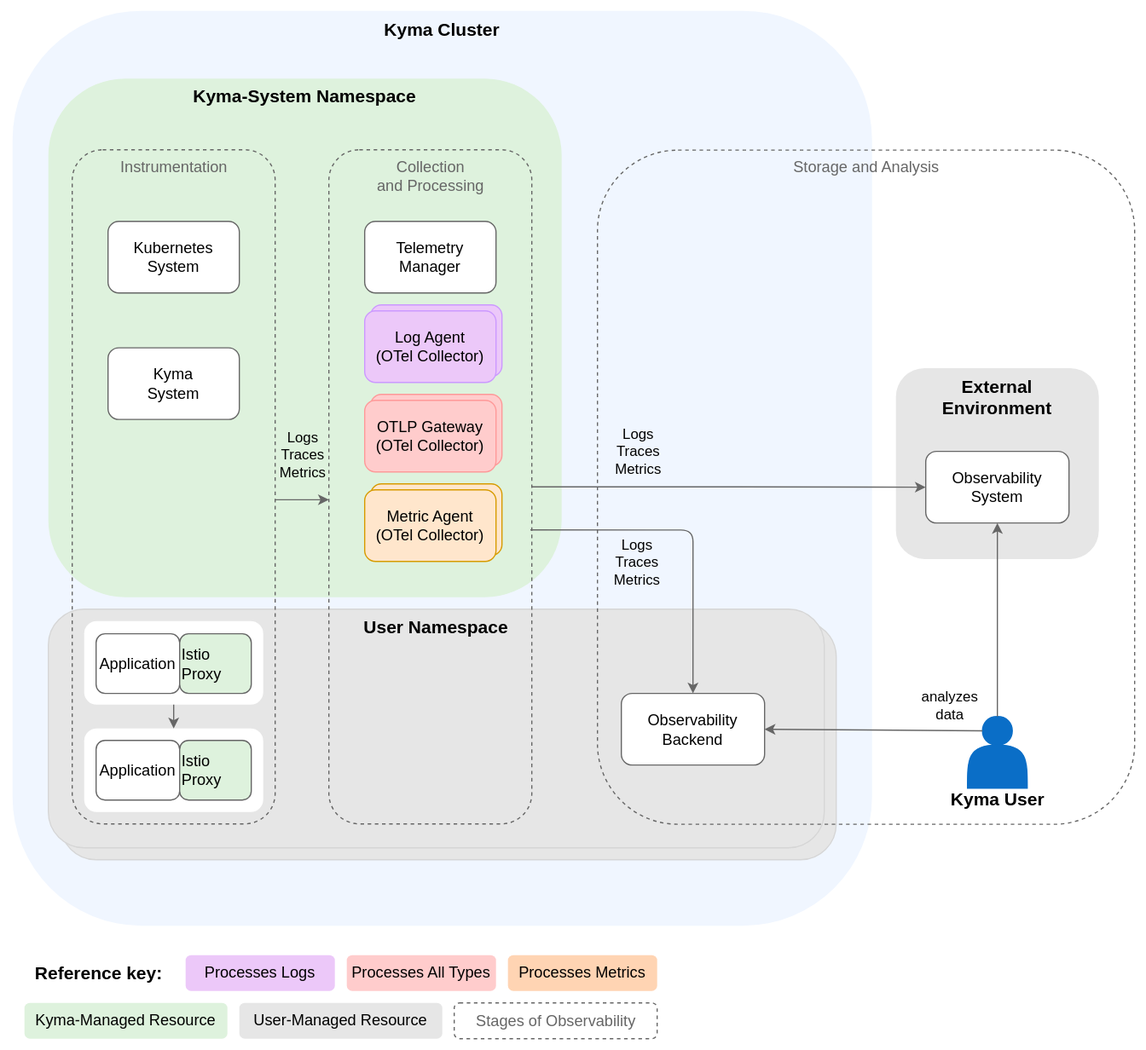
Earlier version of the draw.io export docs/user/assets/telemetry-arch.drawio.svg (kyma-project/telemetry-manager). Source tidied: cells renumbered, new cells last; positions are measured from the earlier drawing's top-left corner, leaving out a move shared by most shapes.
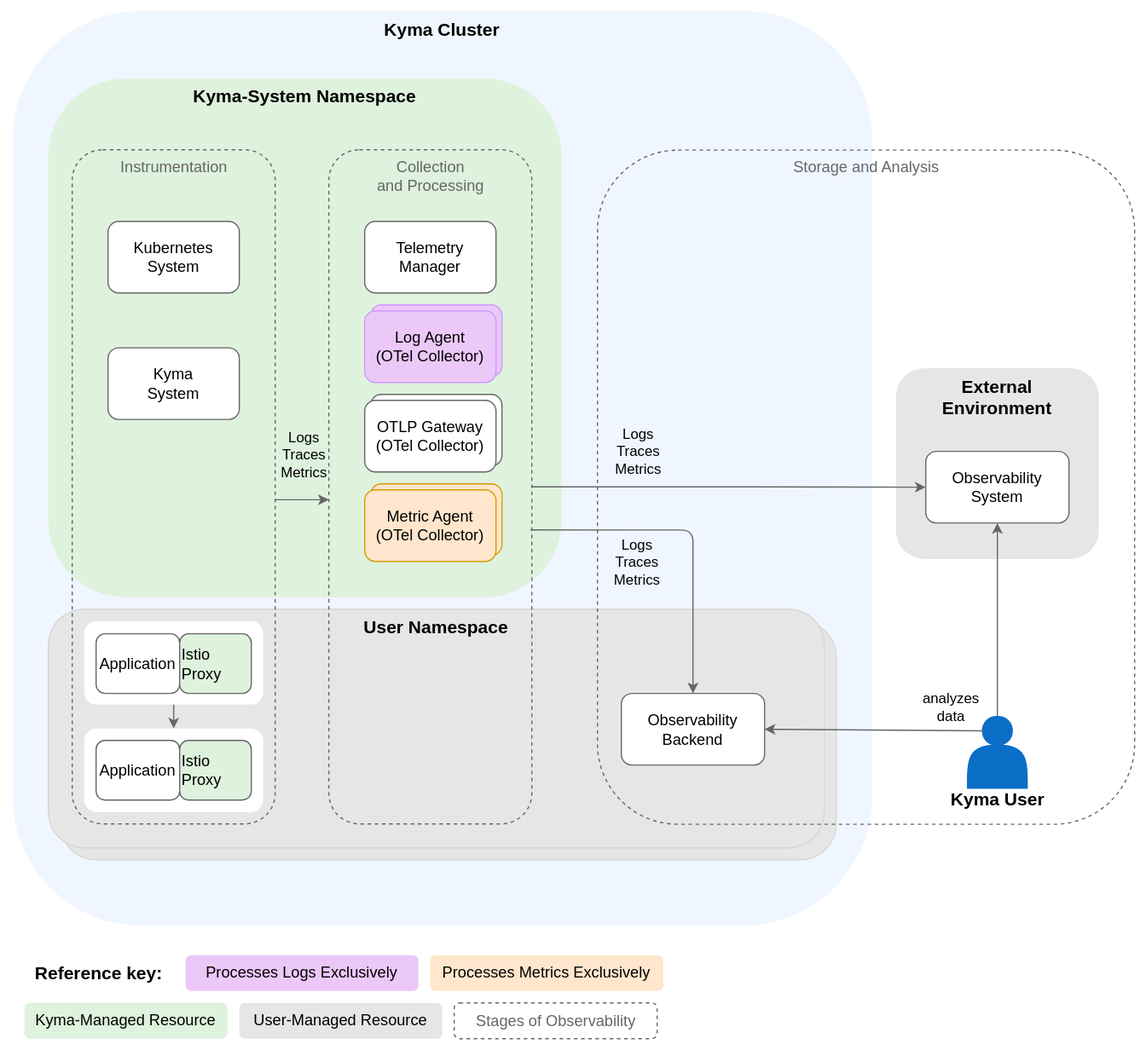
The same file after the commit.

Commit message:
docs: adjust diagrams according to new OTLP Gateway architecture

Change to the diagram source:
```diff
@@ -74,20 +74,17 @@
     <mxCell id="22" value="Log Agent&lt;br&gt;(Fluent Bit)" style="rounded=1;whiteSpace=wrap;html=1;fillColor=#ecc8f9;strokeColor=#CC99FF;fontColor=#000000;" parent="1" vertex="1">
       <mxGeometry x="310" y="255" width="110" height="60" as="geometry" />
     </mxCell>
-    <mxCell id="23" value="Trace Gateway&lt;br&gt;(Otel Collector)" style="rounded=1;whiteSpace=wrap;html=1;fillColor=#FFCCCC;strokeColor=#FF9999;fontColor=#000000;" parent="1" vertex="1">
+    <mxCell id="23" value="Trace Gateway&lt;br&gt;(Otel Collector)" style="rounded=1;whiteSpace=wrap;html=1;fillColor=#FFFFFF;strokeColor=#666666;fontColor=#000000;" parent="1" vertex="1">
       <mxGeometry x="310" y="330" width="110" height="60" as="geometry" />
     </mxCell>
     <mxCell id="24" value="&lt;font style=&quot;font-size: 15px;&quot;&gt;&lt;b&gt;Reference key:&lt;/b&gt;&lt;/font&gt;" style="text;html=1;align=center;verticalAlign=middle;strokeColor=none;fillColor=#FFFFFF;fontColor=#000000;" parent="1" vertex="1">
       <mxGeometry x="17" y="800" width="130" height="30" as="geometry" />
     </mxCell>
-    <mxCell id="25" value="&lt;span style=&quot;color: rgb(0, 0, 0); font-family: Helvetica; font-size: 13px; font-style: normal; font-variant-ligatures: normal; font-variant-caps: normal; font-weight: 400; letter-spacing: normal; orphans: 2; text-indent: 0px; text-transform: none; widows: 2; word-spacing: 0px; -webkit-text-stroke-width: 0px; text-decoration-thickness: initial; text-decoration-style: initial; text-decoration-color: initial; float: none; display: inline !important;&quot;&gt;Processes Logs&lt;/span&gt;" style="text;whiteSpace=wrap;html=1;strokeColor=none;rounded=1;fillColor=#ecc8f9;align=center;fontSize=13;" parent="1" vertex="1">
-      <mxGeometry x="155" y="800" width="125" height="30" as="geometry" />
+    <mxCell id="25" value="&lt;span style=&quot;color: rgb(0, 0, 0); font-family: Helvetica; font-size: 13px; font-style: normal; font-variant-ligatures: normal; font-variant-caps: normal; font-weight: 400; letter-spacing: normal; orphans: 2; text-indent: 0px; text-transform: none; widows: 2; word-spacing: 0px; -webkit-text-stroke-width: 0px; text-decoration-thickness: initial; text-decoration-style: initial; text-decoration-color: initial; float: none; display: inline !important;&quot;&gt;Processes Logs Exclusively&lt;/span&gt;" style="text;whiteSpace=wrap;html=1;strokeColor=none;rounded=1;fillColor=#ecc8f9;align=center;fontSize=13;" parent="1" vertex="1">
+      <mxGeometry x="155" y="800" width="195" height="30" as="geometry" />
     </mxCell>
-    <mxCell id="26" value="&lt;span style=&quot;color: rgb(0, 0, 0); font-family: Helvetica; font-size: 13px; font-style: normal; font-variant-ligatures: normal; font-variant-caps: normal; font-weight: 400; letter-spacing: normal; orphans: 2; text-indent: 0px; text-transform: none; widows: 2; word-spacing: 0px; -webkit-text-stroke-width: 0px; text-decoration-thickness: initial; text-decoration-style: initial; text-decoration-color: initial; float: none; display: inline !important;&quot;&gt;Processes All Types&lt;/span&gt;" style="text;whiteSpace=wrap;html=1;strokeColor=none;rounded=1;fillColor=#FFCCCC;align=center;fontSize=13;" parent="1" vertex="1">
-      <mxGeometry x="290" y="800" width="125" height="30" as="geometry" />
-    </mxCell>
-    <mxCell id="27" value="&lt;span style=&quot;color: rgb(0, 0, 0); font-family: Helvetica; font-size: 13px; font-style: normal; font-variant-ligatures: normal; font-variant-caps: normal; font-weight: 400; letter-spacing: normal; orphans: 2; text-indent: 0px; text-transform: none; widows: 2; word-spacing: 0px; -webkit-text-stroke-width: 0px; text-decoration-thickness: initial; text-decoration-style: initial; text-decoration-color: initial; float: none; display: inline !important;&quot;&gt;Processes Metrics&lt;/span&gt;" style="text;whiteSpace=wrap;html=1;strokeColor=none;rounded=1;fillColor=#ffd4b3;align=center;fontSize=13;" parent="1" vertex="1">
-      <mxGeometry x="425" y="800" width="125" height="30" as="geometry" />
+    <mxCell id="27" value="&lt;span style=&quot;color: rgb(0, 0, 0); font-family: Helvetica; font-size: 13px; font-style: normal; font-variant-ligatures: normal; font-variant-caps: normal; font-weight: 400; letter-spacing: normal; orphans: 2; text-indent: 0px; text-transform: none; widows: 2; word-spacing: 0px; -webkit-text-stroke-width: 0px; text-decoration-thickness: initial; text-decoration-style: initial; text-decoration-color: initial; float: none; display: inline !important;&quot;&gt;Processes Metrics Exclusively&lt;/span&gt;" style="text;whiteSpace=wrap;html=1;strokeColor=none;rounded=1;fillColor=#FFE6CC;align=center;fontSize=13;" parent="1" vertex="1">
+      <mxGeometry x="360" y="800" width="195" height="30" as="geometry" />
     </mxCell>
     <mxCell id="28" value="&lt;span style=&quot;color: rgb(0, 0, 0); font-family: Helvetica; font-size: 13px; font-style: normal; font-variant-ligatures: normal; font-variant-caps: normal; font-weight: 400; letter-spacing: normal; orphans: 2; text-indent: 0px; text-transform: none; widows: 2; word-spacing: 0px; -webkit-text-stroke-width: 0px; text-decoration-thickness: initial; text-decoration-style: initial; text-decoration-color: initial; float: none; display: inline !important;&quot;&gt;User-Managed Resource&lt;/span&gt;" style="text;whiteSpace=wrap;html=1;strokeColor=none;rounded=1;fillColor=#e6e6e6;align=center;fontSize=13;" parent="1" vertex="1">
       <mxGeometry x="200" y="840" width="170" height="30" as="geometry" />
@@ -121,7 +118,7 @@
     <mxCell id="37" value="Metric Agent&lt;br style=&quot;font-size: 13px;&quot;&gt;(OTel&amp;nbsp;Collector)" style="rounded=1;whiteSpace=wrap;html=1;fillColor=#ffe6cc;strokeColor=#d79b00;fontSize=13;" parent="1" vertex="1">
       <mxGeometry x="305" y="410" width="110" height="60" as="geometry" />
     </mxCell>
-    <mxCell id="38" value="OTLP Gateway&lt;br style=&quot;font-size: 13px;&quot;&gt;(OTel&amp;nbsp;Collector)" style="rounded=1;whiteSpace=wrap;html=1;fillColor=#FFCCCC;strokeColor=#FF9999;fontColor=#000000;fontSize=13;" parent="1" vertex="1">
+    <mxCell id="38" value="OTLP Gateway&lt;br style=&quot;font-size: 13px;&quot;&gt;(OTel&amp;nbsp;Collector)" style="rounded=1;whiteSpace=wrap;html=1;fillColor=#FFFFFF;strokeColor=#666666;fontColor=#000000;fontSize=13;" parent="1" vertex="1">
       <mxGeometry x="305" y="335" width="110" height="60" as="geometry" />
     </mxCell>
     <mxCell id="39" value="Log Agent&lt;br style=&quot;font-size: 13px;&quot;&gt;(OTel Collector)" style="rounded=1;whiteSpace=wrap;html=1;fillColor=#ecc8f9;strokeColor=#CC99FF;fontColor=#000000;fontSize=13;" parent="1" vertex="1">
```
